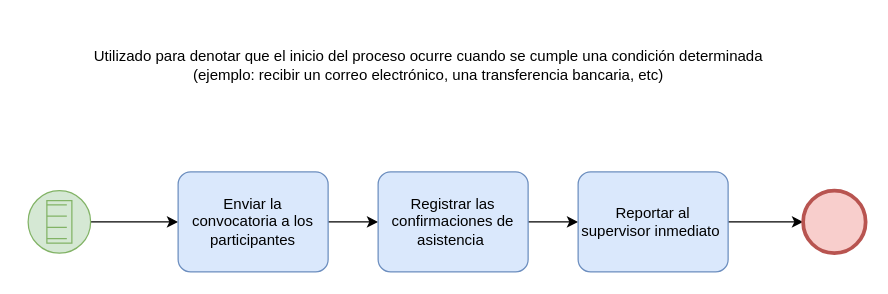
This is BPMN/EventoInicioCondicional.drawio from EscaleraG935/Practica1-IDS2, a draw.io file, before an edit. Source tidied: cells renumbered, new cells numbered last; positions are measured from the earlier drawing's top-left corner, leaving out a move shared by most shapes. Both pictures are drawn from the tidied source at 125%, with x=0, y=0 at pixel (28, 40).
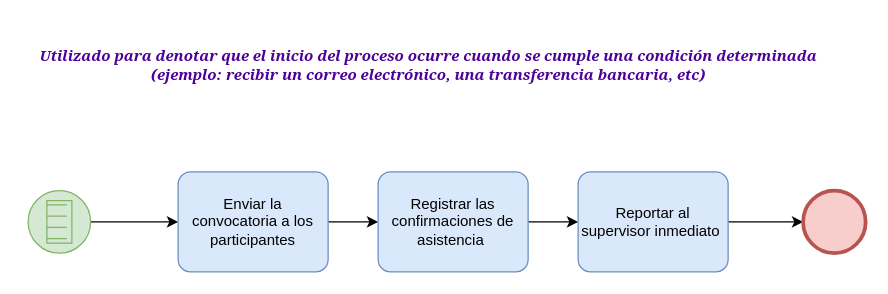
The same diagram, later.

Commit message:
Se modifica evento inicio condicional

The edit, as a diff of the source:
```diff
@@
 <mxGraphModel>
   <root>
     <mxCell id="0" />
     <mxCell id="1" parent="0" />
-    <mxCell id="2" value="Utilizado para denotar que el inicio del proceso ocurre cuando se cumple una condición determinada &lt;br&gt;(ejemplo: recibir un correo electrónico, una transferencia bancaria, etc)" style="text;html=1;align=center;verticalAlign=middle;strokeColor=none;fillColor=none;" parent="1" vertex="1">
-      <mxGeometry x="40" width="560" height="40" as="geometry" />
+    <mxCell id="2" value="&lt;h4&gt;&lt;font color=&quot;#4c0099&quot; face=&quot;Georgia&quot;&gt;&lt;b&gt;&lt;i&gt;Utilizado para denotar que el inicio del proceso ocurre cuando se cumple una condición determinada&lt;br&gt; &lt;/i&gt;&lt;/b&gt;&lt;b&gt;&lt;i&gt;(ejemplo: recibir un correo electrónico, una transferencia bancaria, etc)&lt;/i&gt;&lt;/b&gt;&lt;/font&gt;&lt;/h4&gt;" style="text;html=1;align=center;verticalAlign=middle;strokeColor=none;fillColor=none;" parent="1" vertex="1">
+      <mxGeometry x="-5" y="-15" width="650" height="70" as="geometry" />
     </mxCell>
     <mxCell id="3" style="edgeStyle=orthogonalEdgeStyle;rounded=0;jettySize=auto;html=1;" parent="1" edge="1" source="4" target="6">
       <mxGeometry relative="1" as="geometry" />
     </mxCell>
     <mxCell id="4" style="points=[[0.145,0.145,0],[0.5,0,0],[0.855,0.145,0],[1,0.5,0],[0.855,0.855,0],[0.5,1,0],[0.145,0.855,0],[0,0.5,0]];shape=mxgraph.bpmn.event;html=1;verticalLabelPosition=bottom;labelBackgroundColor=#ffffff;verticalAlign=top;align=center;perimeter=ellipsePerimeter;outlineConnect=0;outline=standard;symbol=conditional;fillColor=#d5e8d4;strokeColor=#82b366;" parent="1" vertex="1">
       <mxGeometry y="120" width="50" height="50" as="geometry" />
     </mxCell>
     <mxCell id="5" style="edgeStyle=orthogonalEdgeStyle;rounded=0;jettySize=auto;html=1;" parent="1" edge="1" source="6" target="8">
       <mxGeometry relative="1" as="geometry" />
     </mxCell>
     <mxCell id="6" value="Enviar la convocatoria a los participantes" style="points=[[0.25,0,0],[0.5,0,0],[0.75,0,0],[1,0.25,0],[1,0.5,0],[1,0.75,0],[0.75,1,0],[0.5,1,0],[0.25,1,0],[0,0.75,0],[0,0.5,0],[0,0.25,0]];shape=mxgraph.bpmn.task;whiteSpace=wrap;rectStyle=rounded;size=10;html=1;taskMarker=abstract;fillColor=#dae8fc;strokeColor=#6c8ebf;" parent="1" vertex="1">
       <mxGeometry x="120" y="105" width="120" height="80" as="geometry" />
     </mxCell>
     <mxCell id="7" style="edgeStyle=orthogonalEdgeStyle;rounded=0;jettySize=auto;html=1;" parent="1" edge="1" source="8" target="10">
       <mxGeometry relative="1" as="geometry" />
     </mxCell>
     <mxCell id="8" value="Registrar las confirmaciones de asistencia&amp;nbsp;" style="points=[[0.25,0,0],[0.5,0,0],[0.75,0,0],[1,0.25,0],[1,0.5,0],[1,0.75,0],[0.75,1,0],[0.5,1,0],[0.25,1,0],[0,0.75,0],[0,0.5,0],[0,0.25,0]];shape=mxgraph.bpmn.task;whiteSpace=wrap;rectStyle=rounded;size=10;html=1;taskMarker=abstract;fillColor=#dae8fc;strokeColor=#6c8ebf;" parent="1" vertex="1">
       <mxGeometry x="280" y="105" width="120" height="80" as="geometry" />
     </mxCell>
     <mxCell id="9" style="edgeStyle=orthogonalEdgeStyle;rounded=0;jettySize=auto;html=1;" parent="1" edge="1" source="10" target="11">
       <mxGeometry relative="1" as="geometry" />
     </mxCell>
     <mxCell id="10" value="Reportar al supervisor inmediato&amp;nbsp;" style="points=[[0.25,0,0],[0.5,0,0],[0.75,0,0],[1,0.25,0],[1,0.5,0],[1,0.75,0],[0.75,1,0],[0.5,1,0],[0.25,1,0],[0,0.75,0],[0,0.5,0],[0,0.25,0]];shape=mxgraph.bpmn.task;whiteSpace=wrap;rectStyle=rounded;size=10;html=1;taskMarker=abstract;fillColor=#dae8fc;strokeColor=#6c8ebf;" parent="1" vertex="1">
       <mxGeometry x="440" y="105" width="120" height="80" as="geometry" />
     </mxCell>
     <mxCell id="11" style="points=[[0.145,0.145,0],[0.5,0,0],[0.855,0.145,0],[1,0.5,0],[0.855,0.855,0],[0.5,1,0],[0.145,0.855,0],[0,0.5,0]];shape=mxgraph.bpmn.event;html=1;verticalLabelPosition=bottom;labelBackgroundColor=#ffffff;verticalAlign=top;align=center;perimeter=ellipsePerimeter;outlineConnect=0;outline=end;symbol=terminate2;fillColor=#f8cecc;strokeColor=#b85450;" parent="1" vertex="1">
       <mxGeometry x="620" y="120" width="50" height="50" as="geometry" />
     </mxCell>
   </root>
 </mxGraphModel>
```
